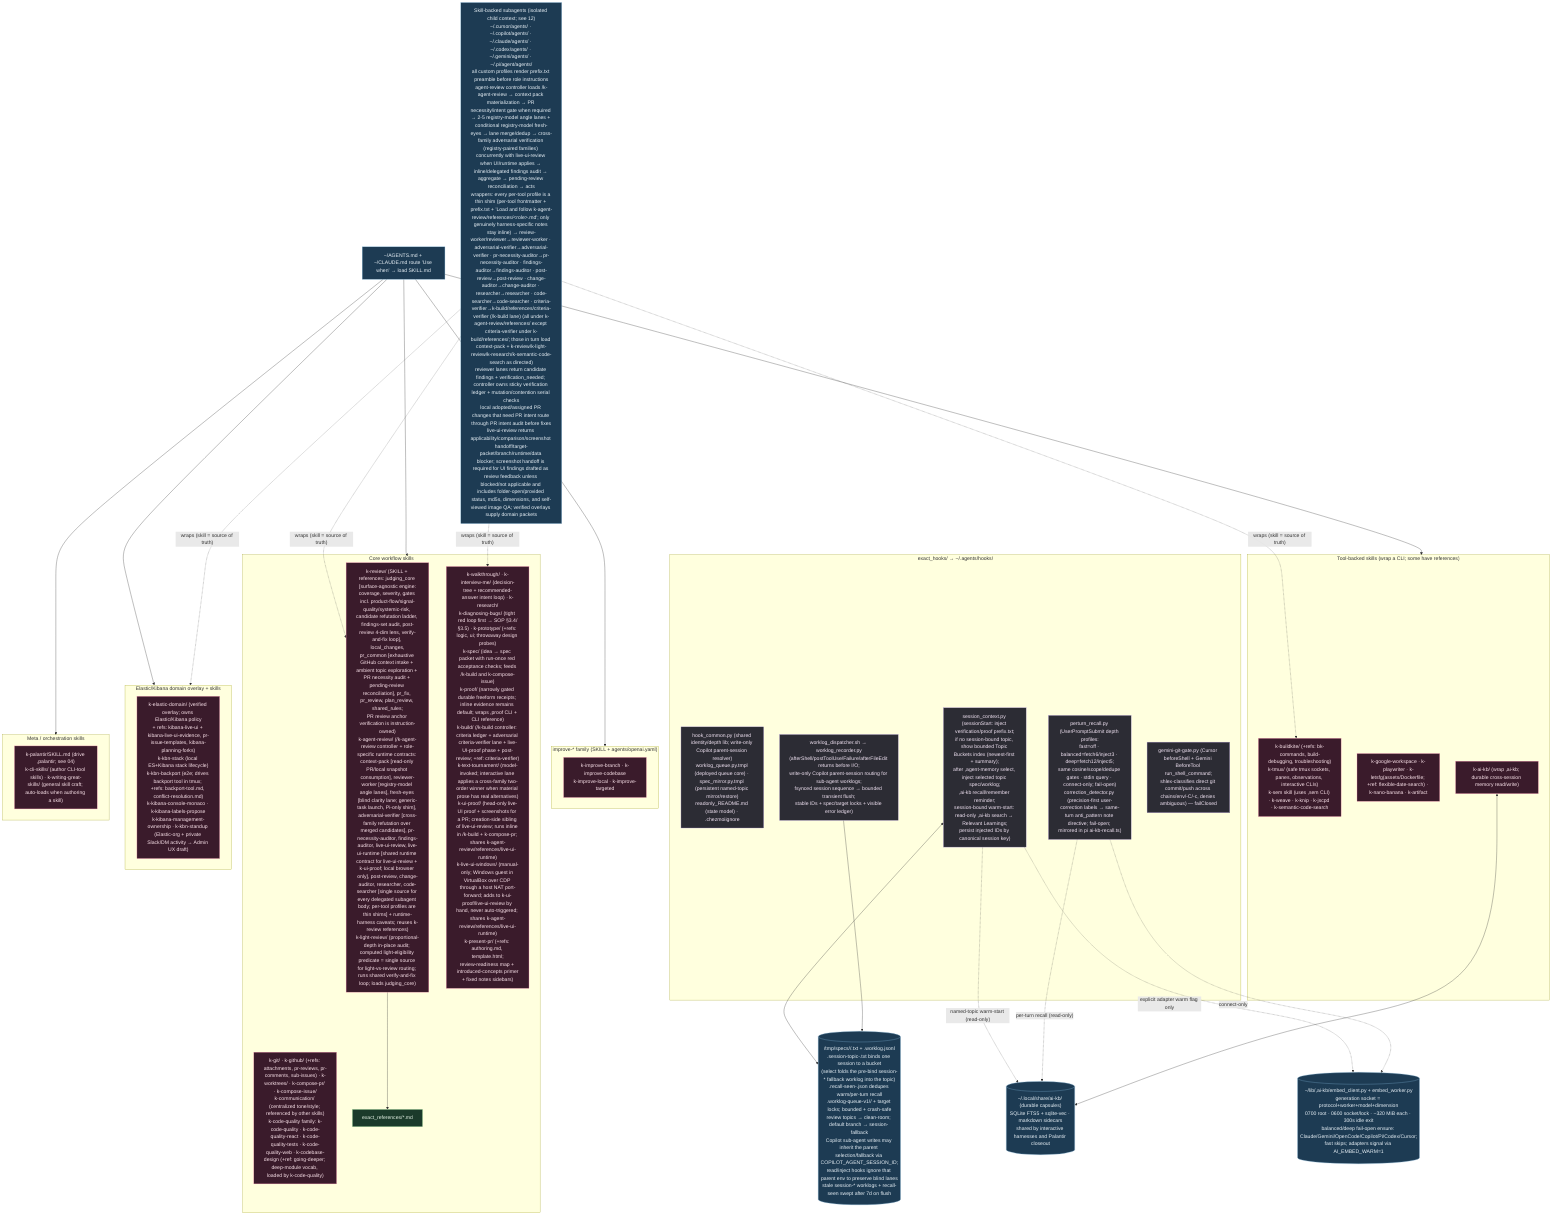
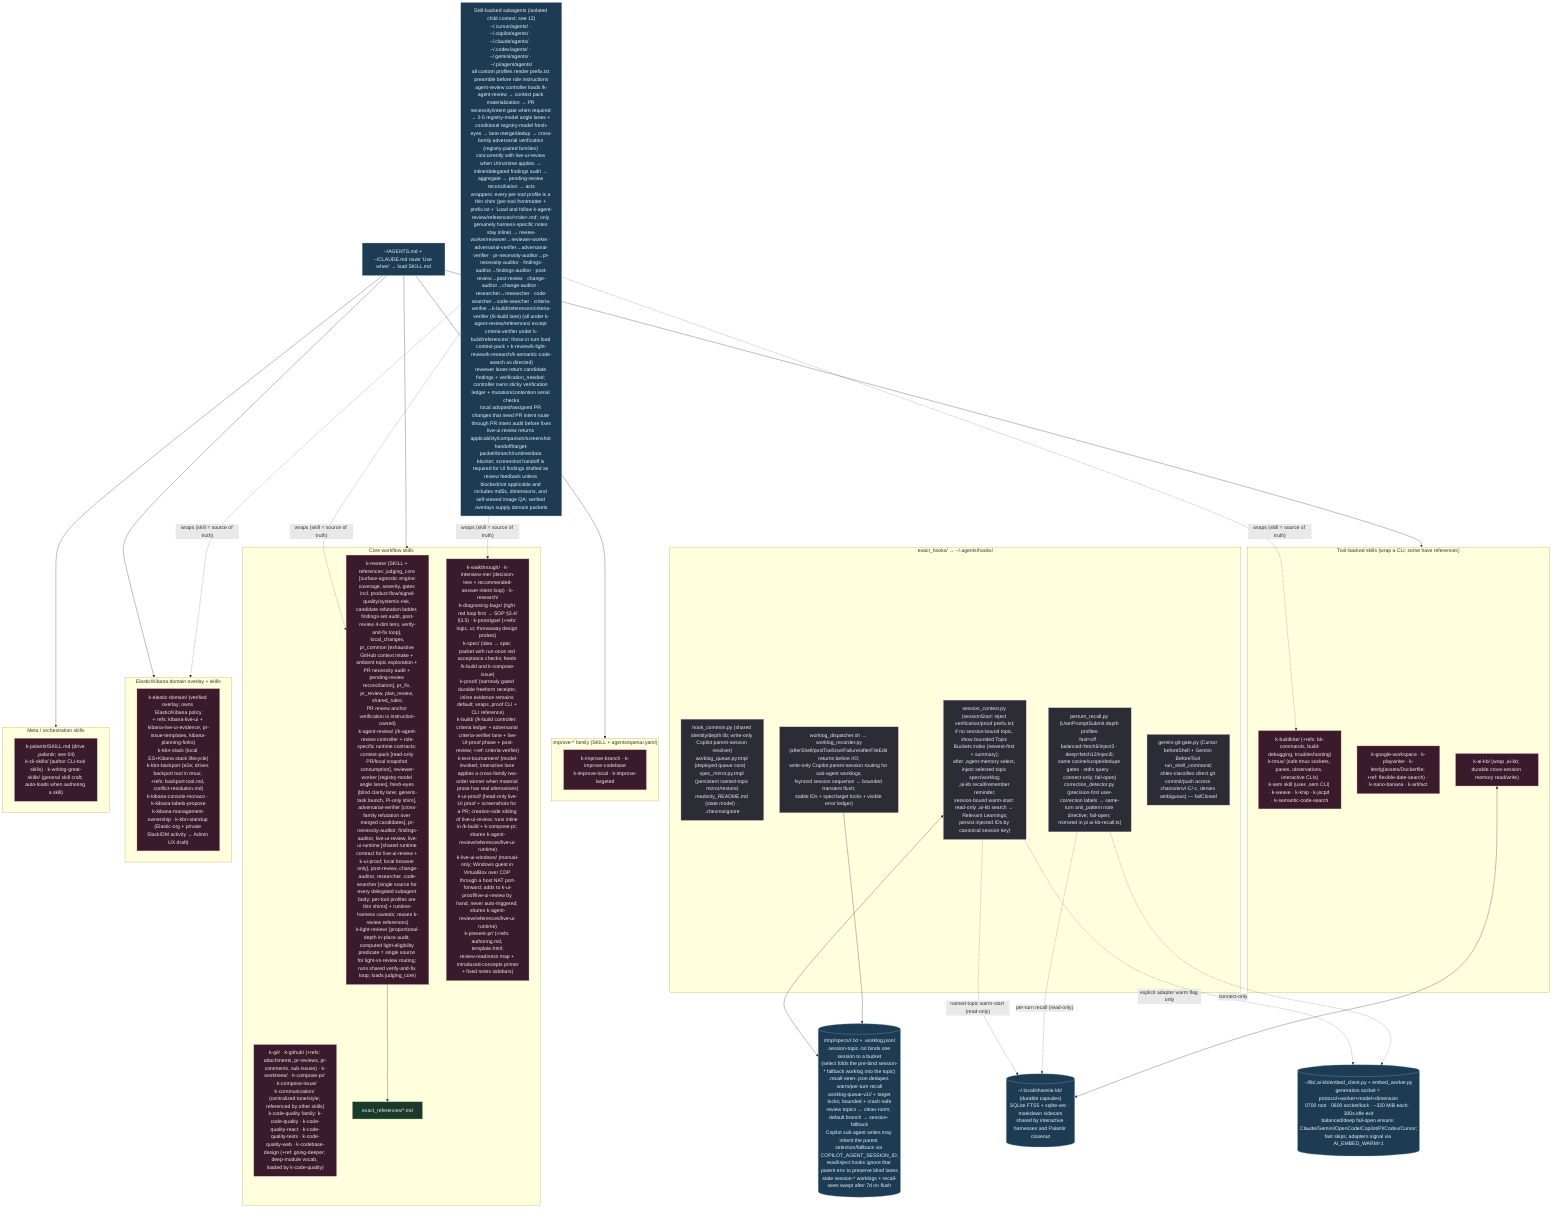
%% ============================================================================
%% 03b-agent-skills-hooks.mmd — Every file under home/exact_dot_agents/ (111).
%% Skills → ~/.agents/skills/ (intent-routed SKILL.md). Shared hooks → ~/.agents/hooks/.
%% ============================================================================
flowchart TB
    classDef skill fill:#3a1b2b,stroke:#f48fb1,color:#fce4ec;
    classDef hook fill:#2c2c34,stroke:#b39ddb,color:#f3e5f5;
    classDef ref fill:#1b3a2b,stroke:#81c784,color:#e8f5e9;
    classDef data fill:#1d3b53,stroke:#7fb3d5,color:#eaf2f8;

    subgraph HOOKS["exact_hooks/ → ~/.agents/hooks/"]
        HC["hook_common.py (shared identity/depth lib; write-only Copilot parent-session resolver)<br/>worklog_queue.py.tmpl (deployed queue core) · spec_mirror.py.tmpl (persistent named-topic mirror/restore)<br/>readonly_README.md (state model) · .chezmoiignore"]:::hook
        SCx["session_context.py (sessionStart: inject verification/proof prefix.txt;<br/>if no session-bound topic, show bounded Topic Buckets index (newest-first + summary);<br/>after ,agent-memory select, inject selected topic spec/worklog;<br/>,ai-kb recall/remember reminder;<br/>session-bound warm-start: read-only ,ai-kb search → Relevant Learnings;<br/>persist injected IDs by canonical session key)"]:::hook
        PRx["perturn_recall.py (UserPromptSubmit depth profiles:<br/>fast=off · balanced=fetch6/inject3 · deep=fetch12/inject5;<br/>same cosine/scope/dedupe gates · stdin query · connect-only; fail-open)<br/>correction_detector.py (precision-first user-correction labels → same-turn anti_pattern note directive; fail-open; mirrored in pi ai-kb-recall.ts)"]:::hook
        WLx["worklog_dispatcher.sh → worklog_recorder.py<br/>(afterShell/postToolUse/Failure/afterFileEdit returns before I/O;<br/>write-only Copilot parent-session routing for sub-agent worklogs;<br/>fsynced session sequence → bounded transient flush;<br/>stable IDs + spec/target locks + visible error ledger)"]:::hook
        GG["gemini-git-gate.py (Cursor beforeShell + Gemini BeforeTool run_shell_command;<br/>shlex-classifies direct git commit/push across chains/env/-C/-c, denies ambiguous) — failClosed"]:::hook
    end

    MEM[("/tmp/specs/<pwd>/<topic>.txt + .worklog.jsonl<br/>.session-topic-<id>.txt binds one session to a bucket<br/>(select folds the pre-bind session-* fallback worklog into the topic)<br/>.recall-seen-<session-key>.json dedupes warm/per-turn recall<br/>.worklog-queue-v1/<session>/ + target locks; bounded + crash-safe<br/>review topics → clean-room; default branch → session-<id> fallback<br/>Copilot sub-agent writes may inherit the parent selection/fallback via COPILOT_AGENT_SESSION_ID;<br/>read/inject hooks ignore that parent env to preserve blind lanes<br/>stale session-* worklogs + recall-seen swept after 7d on flush")]:::data
    SCx <--> MEM
    WLx --> MEM

    KBDB[("~/.local/share/ai-kb/ (durable capsules)<br/>SQLite FTS5 + sqlite-vec · markdown sidecars<br/>shared by interactive harnesses and Palantir closeout")]:::data
    RESIDENT[("~/lib/,ai-kb/embed_client.py + embed_worker.py<br/>generation socket = protocol+worker+model+dimension<br/>0700 root · 0600 socket/lock · ~320 MiB each · 300s idle exit<br/>balanced/deep fail-open ensure: Claude/Gemini/OpenCode/Copilot/Pi/Codex/Cursor;<br/>fast skips; adapters signal via AI_EMBED_WARM=1")]:::data
    SCx -. "named-topic warm-start (read-only)" .-> KBDB
    PRx -. "per-turn recall (read-only)" .-> KBDB
    SCx -. "explicit adapter warm flag only" .-> RESIDENT
    PRx -. "connect-only" .-> RESIDENT

    subgraph CORE["Core workflow skills"]
        S1["k-review/ (SKILL + references: judging_core [surface-agnostic engine:<br/>coverage, severity, gates incl. product-flow/signal-quality/systemic-risk, candidate refutation ladder, findings-set audit, post-review 4-dim lens, verify-and-fix loop], local_changes,<br/>pr_common [exhaustive GitHub context intake + ambient topic exploration + PR necessity audit + pending-review reconciliation], pr_fix, pr_review, plan_review, shared_rules;<br/>PR review anchor verification is instruction-owned)<br/>k-agent-review/ (/k-agent-review controller + role-specific runtime contracts: context-pack [read-only PR/local snapshot consumption], reviewer-worker [registry-model angle lanes], fresh-eyes [blind clarity lane; generic-task launch, Pi-only shim], adversarial-verifier [cross-family refutation over merged candidates], pr-necessity-auditor, findings-auditor, live-ui-review, live-ui-runtime [shared runtime contract for live-ui-review + k-ui-proof; local browser only], post-review, change-auditor, researcher, code-searcher [single source for every delegated subagent body; per-tool profiles are thin shims] + runtime-harness caveats; reuses k-review references)<br/>k-light-review/ (proportional-depth in-place audit; computed light-eligibility predicate = single source for light-vs-review routing; runs shared verify-and-fix loop; loads judging_core)"]:::skill
        S2["k-git/ · k-github/ (+refs: attachments, pr-reviews, pr-comments, sub-issues) · k-worktrees/ · k-compose-pr/ · k-compose-issue/<br/>k-communication/ (centralized tone/style; referenced by other skills)<br/>k-code-quality family: k-code-quality · k-code-quality-react · k-code-quality-tests · k-code-quality-web · k-codebase-design (+ref: going-deeper; deep-module vocab, loaded by k-code-quality)"]:::skill
        S3["k-walkthrough/ · k-interview-me/ (decision-tree + recommended-answer intent loop) · k-research/<br/>k-diagnosing-bugs/ (tight red loop first → SOP §3.4/§3.5) · k-prototype/ (+refs: logic, ui; throwaway design probes)<br/>k-spec/ (idea → spec packet with run-once red acceptance checks; feeds /k-build and k-compose-issue)<br/>k-proof/ (narrowly gated durable freeform receipts; inline evidence remains default; wraps ,proof CLI + CLI reference)<br/>k-build/ (/k-build controller: criteria ledger + adversarial criteria-verifier lane + live-UI-proof phase + post-review; +ref: criteria-verifier)<br/>k-text-tournament/ (model-invoked; interactive lane applies a cross-family two-order winner when material prose has real alternatives)<br/>k-ui-proof/ (head-only live-UI proof + screenshots for a PR; creation-side sibling of live-ui-review; runs inline in /k-build + k-compose-pr; shares k-agent-review/references/live-ui-runtime)<br/>k-live-ui-windows/ (manual-only; Windows guest in VirtualBox over CDP through a host NAT port-forward; adds to k-ui-proof/live-ui-review by hand, never auto-triggered; shares k-agent-review/references/live-ui-runtime)<br/>k-present-pr/ (+refs: authoring.md, template.html;<br/>review-readiness map + introduced-concepts primer<br/>+ fixed notes sidebars)"]:::skill
        S1 --> R1["exact_references/*.md"]:::ref
    end

    subgraph IMPROVE["improve-* family (SKILL + agents/openai.yaml)"]
        S4["k-improve-branch · k-improve-codebase<br/>k-improve-local · k-improve-targeted"]:::skill
    end

    subgraph TOOLS["Tool-backed skills (wrap a CLI; some have references)"]
        S5["k-buildkite/ (+refs: bk-commands, build-debugging, troubleshooting)<br/>k-tmux/ (safe tmux sockets, panes, observations, interactive CLIs)<br/>k-sem skill (uses ,sem CLI) · k-weave · k-knip · k-jscpd · k-semantic-code-search"]:::skill
        S6["k-google-workspace · k-playwriter · k-letsfg(assets/Dockerfile; +ref: flexible-date-search) · k-nano-banana · k-artifact"]:::skill
        S7["k-ai-kb/ (wrap ,ai-kb; durable cross-session memory read/write)"]:::skill
    end

    subgraph KBN["Elastic/Kibana domain overlay + skills"]
        S8["k-elastic-domain/ (verified overlay; owns Elastic/Kibana policy<br/>+ refs: kibana-live-ui + kibana-live-ui-evidence, pr-issue-templates, kibana-planning-forks)<br/>k-kbn-stack (local ES+Kibana stack lifecycle)<br/>k-kbn-backport (e2e; drives backport tool in tmux; +refs: backport-tool.md, conflict-resolution.md)<br/>k-kibana-console-monaco · k-kibana-labels-propose<br/>k-kibana-management-ownership · k-kbn-standup (Elastic-org + private Slack/DM activity → Admin UX draft)"]:::skill
    end

    subgraph META["Meta / orchestration skills"]
        S9["k-palantir/SKILL.md (drive ,palantir; see 04)<br/>k-cli-skills/ (author CLI-tool skills) · k-writing-great-skills/ (general skill craft; auto-loads when authoring a skill)"]:::skill
    end

    SOPS["~/AGENTS.md + ~/CLAUDE.md route 'Use when' → load SKILL.md"]:::data
    SOPS --> CORE & IMPROVE & TOOLS & KBN & META
    S7 <--> KBDB

-     SUBA["Skill-backed subagents (isolated child context; see 12)<br/>~/.cursor/agents/ · ~/.copilot/agents/ · ~/.claude/agents/ · ~/.codex/agents/ · ~/.gemini/agents/ · ~/.pi/agent/agents/<br/>all custom profiles render prefix.txt preamble before role instructions<br/>agent-review controller loads /k-agent-review → context pack materialization → PR necessity/intent gate when required → 2-5 registry-model angle lanes + conditional registry-model fresh-eyes → lane merge/dedup → cross-family adversarial verification (registry-paired families) concurrently with live-ui-review when UI/runtime applies → inline/delegated findings audit → aggregate → pending-review reconciliation → acts<br/>wrappers: every per-tool profile is a thin shim (per-tool frontmatter + prefix.txt + 'Load and follow k-agent-review/references/&lt;role&gt;.md'; only genuinely harness-specific notes stay inline) → review-worker/reviewer→reviewer-worker · adversarial-verifier→adversarial-verifier · pr-necessity-auditor→pr-necessity-auditor · findings-auditor→findings-auditor · post-review→post-review · change-auditor→change-auditor · researcher→researcher · code-searcher→code-searcher · criteria-verifier→k-build/references/criteria-verifier (/k-build lane) (all under k-agent-review/references/ except criteria-verifier under k-build/references/; those in turn load context-pack + k-review/k-light-review/k-research/k-semantic-code-search as directed)<br/>reviewer lanes return candidate findings + verification_needed; controller owns sticky verification ledger + mutation/contention serial checks<br/>local adopted/assigned PR changes that need PR intent route through PR intent audit before fixes<br/>live-ui-review returns applicability/comparison/screenshot handoff/target-packet/branch/runtime/data blocker; screenshot handoff is required for UI findings drafted as review feedback unless blocked/not applicable and includes folder-open/provided status, md5s, dimensions, and self-viewed image QA; verified overlays supply domain packets"]:::data
+     SUBA["Skill-backed subagents (isolated child context; see 12)<br/>~/.cursor/agents/ · ~/.copilot/agents/ · ~/.claude/agents/ · ~/.codex/agents/ · ~/.gemini/agents/ · ~/.pi/agent/agents/<br/>all custom profiles render prefix.txt preamble before role instructions<br/>agent-review controller loads /k-agent-review → context pack materialization → PR necessity/intent gate when required → 2-5 registry-model angle lanes + conditional registry-model fresh-eyes → lane merge/dedup → cross-family adversarial verification (registry-paired families) concurrently with live-ui-review when UI/runtime applies → inline/delegated findings audit → aggregate → pending-review reconciliation → acts<br/>wrappers: every per-tool profile is a thin shim (per-tool frontmatter + prefix.txt + 'Load and follow k-agent-review/references/&lt;role&gt;.md'; only genuinely harness-specific notes stay inline) → review-worker/reviewer→reviewer-worker · adversarial-verifier→adversarial-verifier · pr-necessity-auditor→pr-necessity-auditor · findings-auditor→findings-auditor · post-review→post-review · change-auditor→change-auditor · researcher→researcher · code-searcher→code-searcher · criteria-verifier→k-build/references/criteria-verifier (/k-build lane) (all under k-agent-review/references/ except criteria-verifier under k-build/references/; those in turn load context-pack + k-review/k-light-review/k-research/k-semantic-code-search as directed)<br/>reviewer lanes return candidate findings + verification_needed; controller owns sticky verification ledger + mutation/contention serial checks<br/>local adopted/assigned PR changes that need PR intent route through PR intent audit before fixes<br/>live-ui-review returns applicability/comparison/screenshot handoff/target-packet/branch/runtime/data blocker; screenshot handoff is required for UI findings drafted as review feedback unless blocked/not applicable and includes md5s, dimensions, and self-viewed image QA; verified overlays supply domain packets"]:::data
    SUBA -.->|"wraps (skill = source of truth)"| S1 & S3 & S5 & KBN
